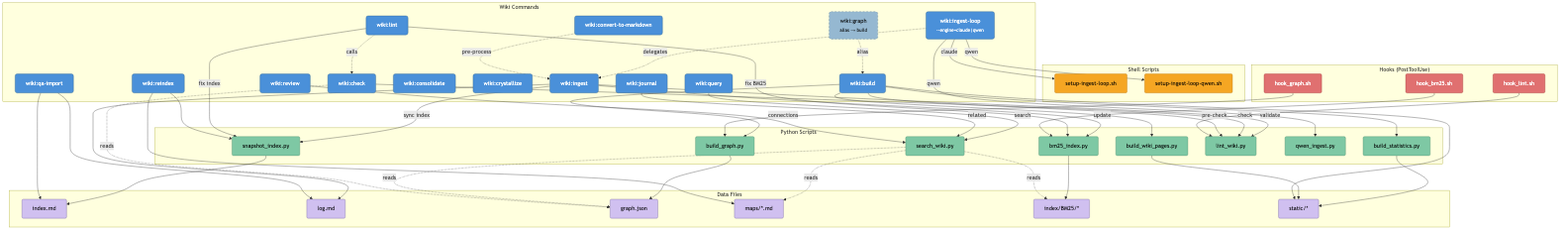
Before: static/asset/DAG.png, a diagram exported from Mermaid (1998x-stack/llm-wiki-plugin). Its source is kept beside it as static/asset/DAG.mmd.
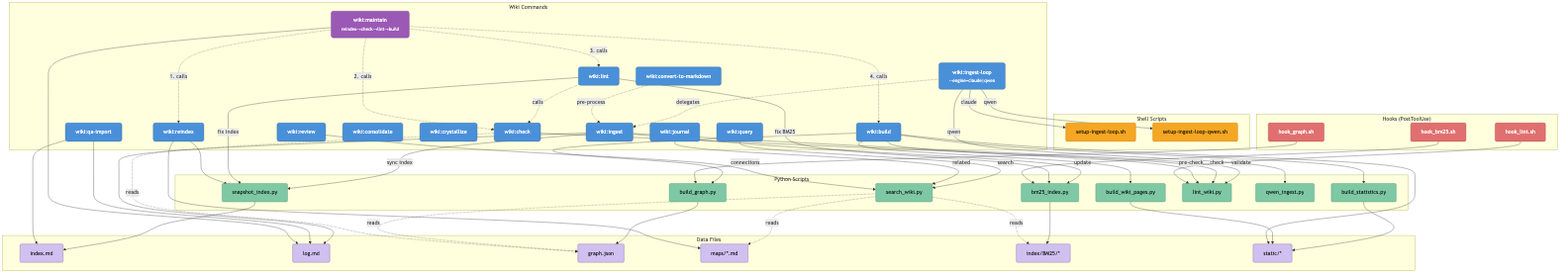
Above is the later version.

Change to the diagram source:
```diff
@@ -9,8 +9,8 @@
     C_CHECK["wiki:check"]
     C_LINT["wiki:lint"]
     C_BUILD["wiki:build"]
-    C_GRAPH["wiki:graph<br/><small>alias → build</small>"]
     C_REINDEX["wiki:reindex"]
+    C_MAINTAIN["wiki:maintain<br/><small>reindex→check→lint→build</small>"]
     C_CONSOLIDATE["wiki:consolidate"]
     C_CRYSTALLIZE["wiki:crystallize"]
     C_JOURNAL["wiki:journal"]
@@ -77,9 +77,12 @@
 C_BUILD --> PY_STATS
 C_BUILD --> PY_WIKI
 
-C_GRAPH -.->|"alias"| C_BUILD
+C_REINDEX --> PY_SNAP
 
-C_REINDEX --> PY_SNAP
+C_MAINTAIN -.->|"1. calls"| C_REINDEX
+C_MAINTAIN -.->|"2. calls"| C_CHECK
+C_MAINTAIN -.->|"3. calls"| C_LINT
+C_MAINTAIN -.->|"4. calls"| C_BUILD
 
 C_JOURNAL -->|"related"| PY_SEARCH
 C_REVIEW -->|"connections"| PY_SEARCH
@@ -110,6 +113,7 @@
 C_QAIMPORT --> D_LOG
 C_REINDEX --> D_MAPS
 C_BUILD --> D_STATIC
+C_MAINTAIN --> D_LOG
 
 
 classDef command  fill:#4A90D9,stroke:#2C5F8A,color:#fff,rx:6
@@ -117,10 +121,10 @@
 classDef shscript fill:#F5A623,stroke:#B87A1A,color:#000,rx:4
 classDef hook     fill:#E07070,stroke:#A03030,color:#fff,rx:4
 classDef data     fill:#D0C0F0,stroke:#7060A0,color:#000,rx:4
-classDef alias    fill:#95B8D1,stroke:#5A7A8F,color:#000,rx:6,stroke-dasharray:5 5
+classDef pipeline fill:#9B59B6,stroke:#6C3483,color:#fff,rx:6
 
 class C_INGEST,C_LOOP,C_QUERY,C_CHECK,C_LINT,C_BUILD,C_REINDEX,C_CONSOLIDATE,C_CRYSTALLIZE,C_JOURNAL,C_REVIEW,C_QAIMPORT,C_CONVERT command
-class C_GRAPH alias
+class C_MAINTAIN pipeline
 class PY_BM25,PY_GRAPH,PY_STATS,PY_WIKI,PY_SNAP,PY_LINT,PY_QWEN,PY_SEARCH pyscript
 class SH_LOOP,SH_QWEN shscript
 class H_LINT,H_BM25,H_GRAPH hook
```
